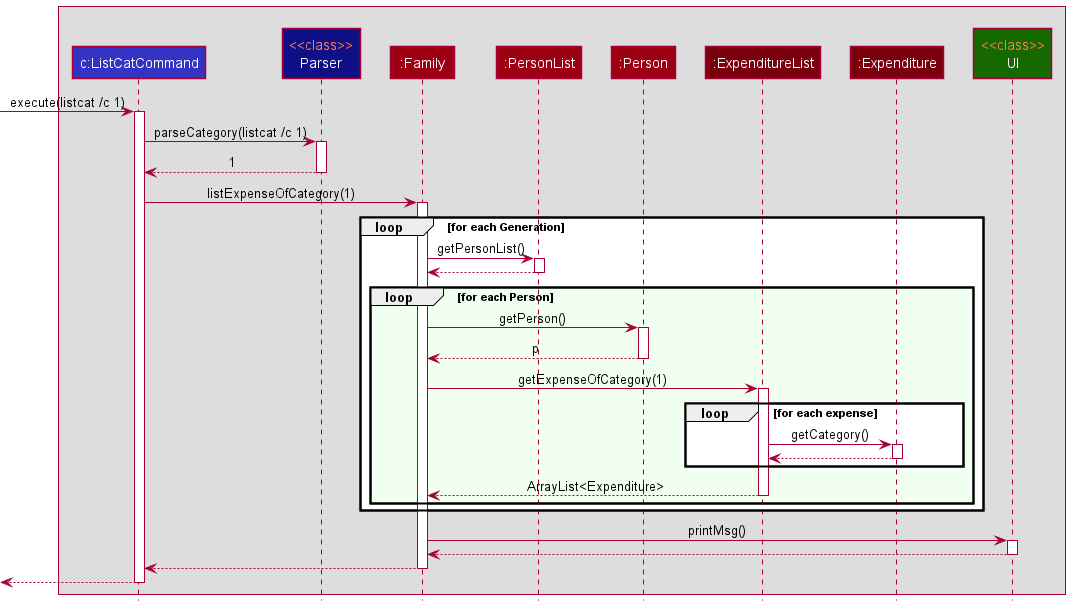
Earlier version of the PlantUML export docs/images/ListCategorisedExpenseSequence.png (nus-cs2113-AY2122S2/tp).
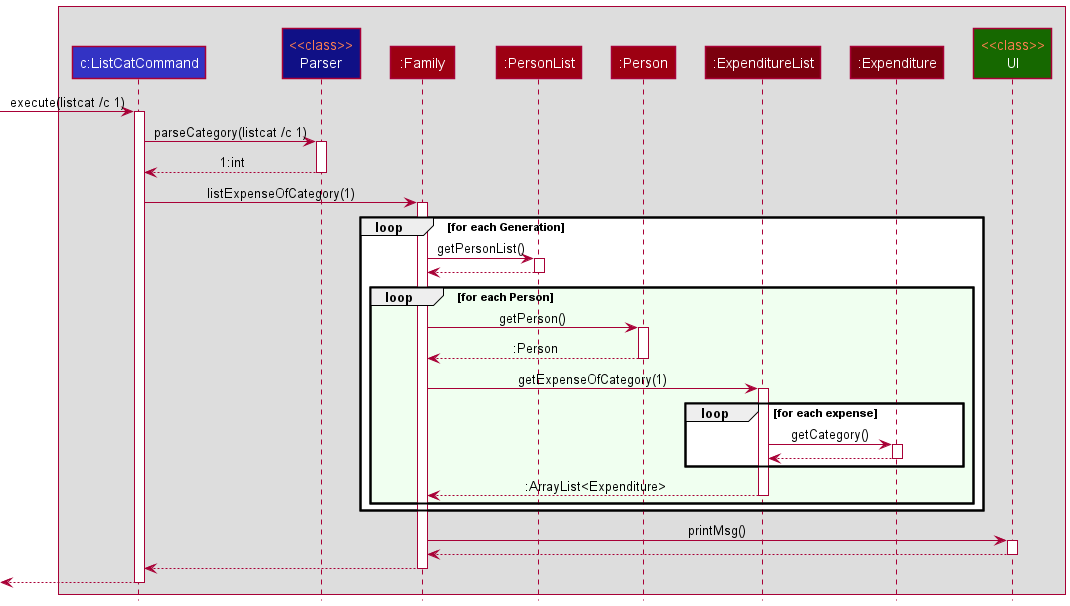
The same diagram one commit later.

What changed in the source:
```diff
@@ -17,7 +17,7 @@
 
 Commands -> Parser : parseCategory(listcat /c 1)
 activate Parser
-Parser --> Commands : 1
+Parser --> Commands : 1:int
 deactivate Parser
 
 
@@ -33,7 +33,7 @@
     loop #honeydew for each Person
         Family -> Person : getPerson()
         activate Person
-        Person --> Family : p
+        Person --> Family : :Person
         deactivate Person
 
         Family -> MList : getExpenseOfCategory(1)
@@ -46,7 +46,7 @@
             deactivate Money
         end
 
-        MList --> Family : ArrayList<Expenditure>
+        MList --> Family : :ArrayList<Expenditure>
         deactivate MList
     end
 end
```
